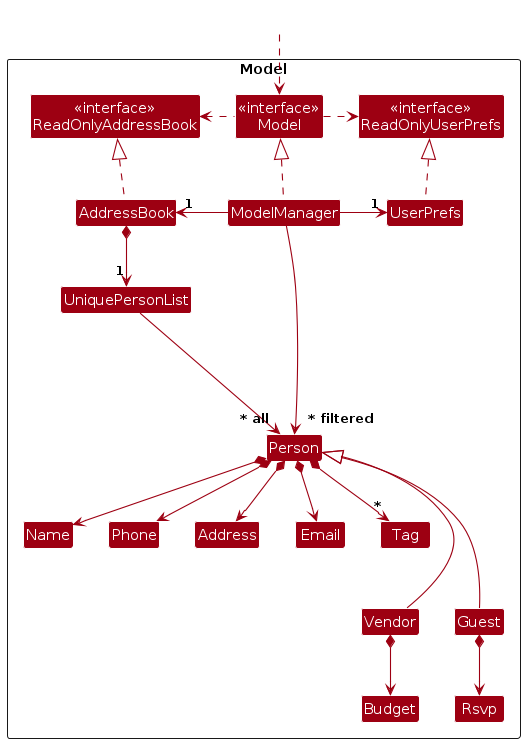
AY2425S1-CS2103T-F09-3/tp keeps this PlantUML diagram as diagrams/ModelClassDiagram.png. Above is the earlier version. Its source is kept beside it as diagrams/ModelClassDiagram.puml.
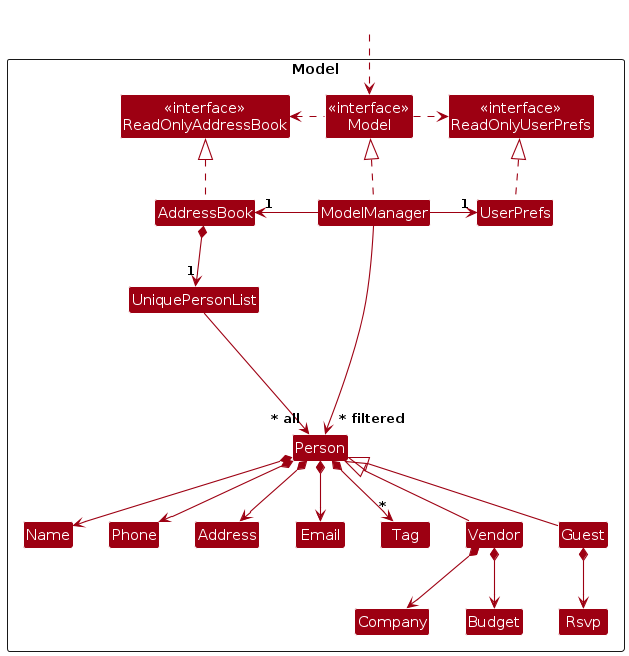
After the change.

Diff of the diagram source:
```diff
@@ -23,6 +23,7 @@
 Class Guest
 Class Budget
 Class Rsvp
+Class Company
 
 Class I #FFFFFF
 }
@@ -47,10 +48,11 @@
 Person *--> Address
 Person *--> "*" Tag
 
-Person <|---Vendor
-Person <|---Guest
+Person <|--Vendor
+Person <|--Guest
 
 Guest *--> Rsvp
+Vendor *--> Company
 Vendor *--> Budget
 
 Person -[hidden]up--> I
```
